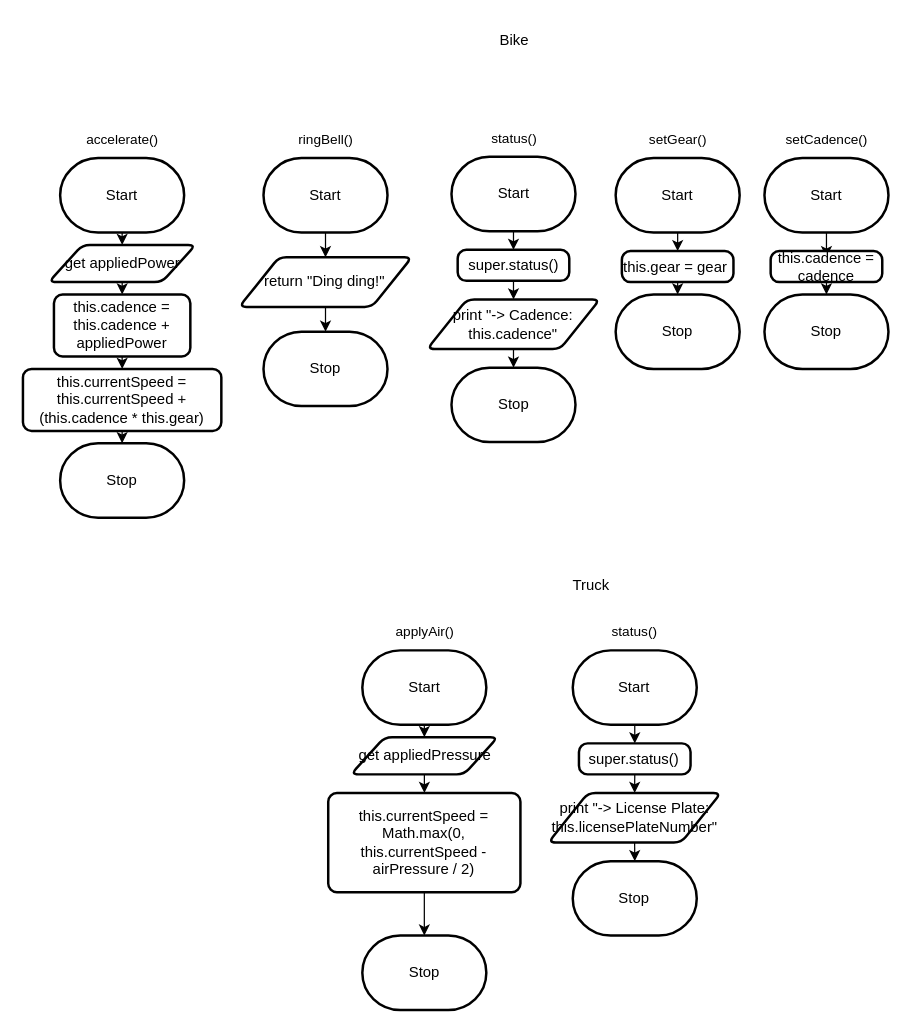
The draw.io diagram page "Page-1" (1 of 2) of 2-9/design/flowchart.drawio in jakub-malhotra/ICS4U-Unit-2, before the edit. Source tidied: cells renumbered, new cells numbered last; positions are measured from the earlier drawing's top-left corner, leaving out a move shared by most shapes. Both pictures are drawn from the tidied source at 124%, with x=0, y=0 at pixel (22, 21).
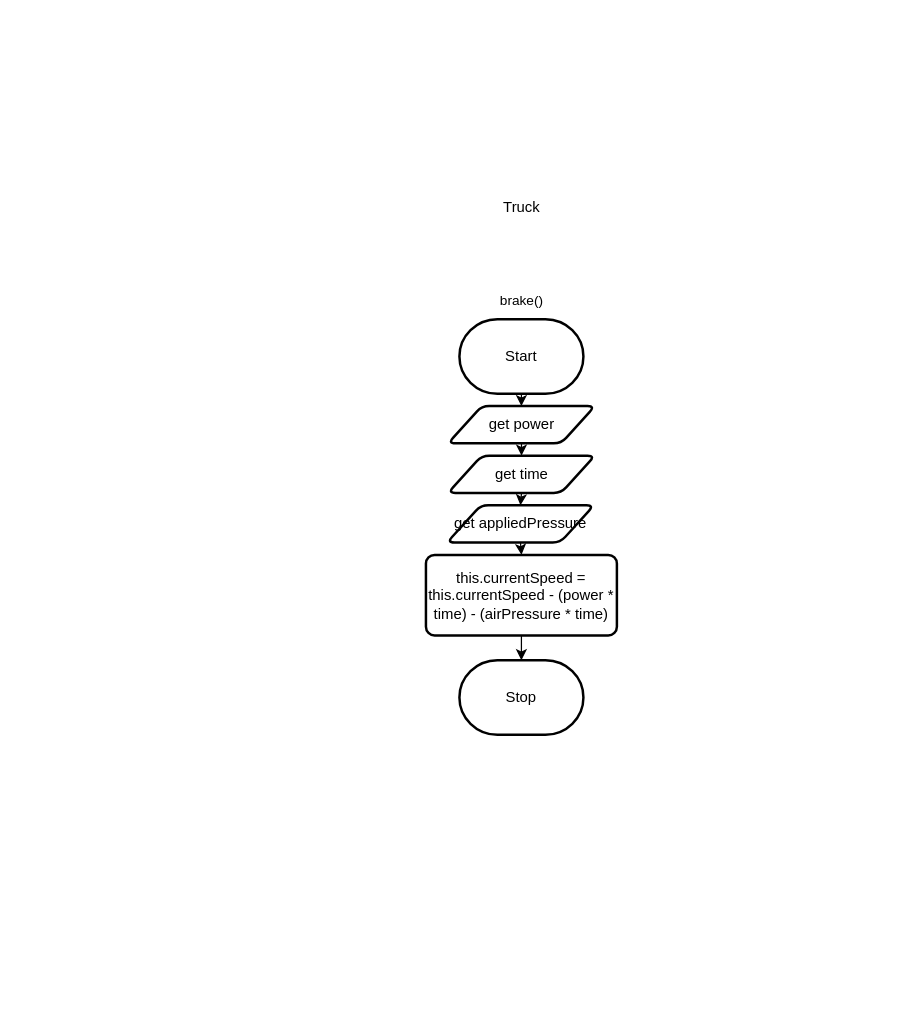
The same page after the edit.

The edit, as a diff of the source:
```diff
@@
-    <mxCell id="2" style="edgeStyle=orthogonalEdgeStyle;html=1;exitX=0.5;exitY=1;exitDx=0;exitDy=0;exitPerimeter=0;rounded=0;" parent="1" edge="1" source="3" target="6">
-      <mxGeometry relative="1" as="geometry" />
-    </mxCell>
-    <mxCell id="3" value="Start" style="strokeWidth=2;html=1;shape=mxgraph.flowchart.terminator;whiteSpace=wrap;" parent="1" vertex="1">
-      <mxGeometry x="30" y="110" width="100" height="60" as="geometry" />
-    </mxCell>
-    <mxCell id="4" value="Stop" style="strokeWidth=2;html=1;shape=mxgraph.flowchart.terminator;whiteSpace=wrap;" parent="1" vertex="1">
-      <mxGeometry x="30" y="340" width="100" height="60" as="geometry" />
-    </mxCell>
-    <mxCell id="5" style="edgeStyle=none;html=1;exitX=0.5;exitY=1;exitDx=0;exitDy=0;" parent="1" edge="1" source="6" target="9">
-      <mxGeometry relative="1" as="geometry" />
-    </mxCell>
-    <mxCell id="6" value="get&amp;nbsp;appliedPower" style="shape=parallelogram;html=1;strokeWidth=2;perimeter=parallelogramPerimeter;whiteSpace=wrap;rounded=1;arcSize=12;size=0.23;" parent="1" vertex="1">
-      <mxGeometry x="20.8" y="180" width="118.5" height="30" as="geometry" />
-    </mxCell>
-    <mxCell id="7" value="accelerate()" style="text;html=1;align=center;verticalAlign=middle;strokeColor=none;fillColor=none;fontSize=11;fontFamily=Helvetica;fontColor=default;" parent="1" vertex="1">
-      <mxGeometry x="40" y="80" width="80" height="30" as="geometry" />
-    </mxCell>
-    <mxCell id="8" style="edgeStyle=none;html=1;exitX=0.5;exitY=1;exitDx=0;exitDy=0;entryX=0.5;entryY=0;entryDx=0;entryDy=0;" parent="1" edge="1" source="9" target="11">
-      <mxGeometry relative="1" as="geometry" />
-    </mxCell>
-    <mxCell id="9" value="this.cadence = this.cadence + appliedPower" style="rounded=1;whiteSpace=wrap;html=1;absoluteArcSize=1;arcSize=14;strokeWidth=2;" parent="1" vertex="1">
-      <mxGeometry x="25" y="220" width="110" height="50" as="geometry" />
-    </mxCell>
-    <mxCell id="10" style="edgeStyle=none;html=1;exitX=0.5;exitY=1;exitDx=0;exitDy=0;entryX=0.5;entryY=0;entryDx=0;entryDy=0;entryPerimeter=0;" parent="1" edge="1" source="11" target="4">
-      <mxGeometry relative="1" as="geometry" />
-    </mxCell>
-    <mxCell id="11" value="this.currentSpeed = this.currentSpeed + (this.cadence * this.gear)" style="rounded=1;whiteSpace=wrap;html=1;absoluteArcSize=1;arcSize=14;strokeWidth=2;" parent="1" vertex="1">
-      <mxGeometry y="280" width="160" height="50" as="geometry" />
-    </mxCell>
-    <mxCell id="12" style="edgeStyle=orthogonalEdgeStyle;html=1;exitX=0.5;exitY=1;exitDx=0;exitDy=0;exitPerimeter=0;rounded=0;" parent="1" edge="1" source="13" target="16">
-      <mxGeometry relative="1" as="geometry" />
-    </mxCell>
-    <mxCell id="13" value="Start" style="strokeWidth=2;html=1;shape=mxgraph.flowchart.terminator;whiteSpace=wrap;" parent="1" vertex="1">
-      <mxGeometry x="194" y="110" width="100" height="60" as="geometry" />
-    </mxCell>
-    <mxCell id="14" value="Stop" style="strokeWidth=2;html=1;shape=mxgraph.flowchart.terminator;whiteSpace=wrap;" parent="1" vertex="1">
-      <mxGeometry x="194" y="250" width="100" height="60" as="geometry" />
-    </mxCell>
-    <mxCell id="15" style="edgeStyle=none;html=1;exitX=0.5;exitY=1;exitDx=0;exitDy=0;entryX=0.5;entryY=0;entryDx=0;entryDy=0;entryPerimeter=0;" parent="1" edge="1" source="16" target="14">
-      <mxGeometry relative="1" as="geometry" />
-    </mxCell>
-    <mxCell id="16" value="return &quot;Ding ding!&quot;" style="shape=parallelogram;html=1;strokeWidth=2;perimeter=parallelogramPerimeter;whiteSpace=wrap;rounded=1;arcSize=12;size=0.23;" parent="1" vertex="1">
-      <mxGeometry x="174.4" y="190" width="139.2" height="40" as="geometry" />
-    </mxCell>
-    <mxCell id="17" value="ringBell()" style="text;html=1;align=center;verticalAlign=middle;strokeColor=none;fillColor=none;fontSize=11;fontFamily=Helvetica;fontColor=default;" parent="1" vertex="1">
-      <mxGeometry x="209" y="80" width="70" height="30" as="geometry" />
-    </mxCell>
-    <mxCell id="18" style="edgeStyle=none;html=1;exitX=0.5;exitY=1;exitDx=0;exitDy=0;exitPerimeter=0;entryX=0.5;entryY=0;entryDx=0;entryDy=0;" parent="1" edge="1" source="19" target="25">
-      <mxGeometry relative="1" as="geometry" />
-    </mxCell>
-    <mxCell id="19" value="Start" style="strokeWidth=2;html=1;shape=mxgraph.flowchart.terminator;whiteSpace=wrap;" parent="1" vertex="1">
-      <mxGeometry x="345.6" y="109" width="100" height="60" as="geometry" />
-    </mxCell>
-    <mxCell id="20" value="Stop" style="strokeWidth=2;html=1;shape=mxgraph.flowchart.terminator;whiteSpace=wrap;" parent="1" vertex="1">
-      <mxGeometry x="345.6" y="279" width="100" height="60" as="geometry" />
-    </mxCell>
-    <mxCell id="21" style="edgeStyle=none;html=1;exitX=0.5;exitY=1;exitDx=0;exitDy=0;entryX=0.5;entryY=0;entryDx=0;entryDy=0;entryPerimeter=0;" parent="1" edge="1" source="22" target="20">
-      <mxGeometry relative="1" as="geometry" />
-    </mxCell>
-    <mxCell id="22" value="print &quot;-&amp;gt; Cadence: this.cadence&quot;" style="shape=parallelogram;html=1;strokeWidth=2;perimeter=parallelogramPerimeter;whiteSpace=wrap;rounded=1;arcSize=12;size=0.23;" parent="1" vertex="1">
-      <mxGeometry x="326" y="224" width="139.2" height="40" as="geometry" />
-    </mxCell>
-    <mxCell id="23" value="status()" style="text;html=1;align=center;verticalAlign=middle;strokeColor=none;fillColor=none;fontSize=11;fontFamily=Helvetica;fontColor=default;" parent="1" vertex="1">
-      <mxGeometry x="365.6" y="79" width="60" height="30" as="geometry" />
-    </mxCell>
-    <mxCell id="24" style="edgeStyle=none;html=1;exitX=0.5;exitY=1;exitDx=0;exitDy=0;entryX=0.5;entryY=0;entryDx=0;entryDy=0;" parent="1" edge="1" source="25" target="22">
-      <mxGeometry relative="1" as="geometry" />
-    </mxCell>
-    <mxCell id="25" value="super.status()" style="rounded=1;whiteSpace=wrap;html=1;absoluteArcSize=1;arcSize=14;strokeWidth=2;" parent="1" vertex="1">
-      <mxGeometry x="350.6" y="184" width="90" height="25" as="geometry" />
-    </mxCell>
-    <mxCell id="26" value="Bike" style="text;html=1;align=center;verticalAlign=middle;strokeColor=none;fillColor=none;" parent="1" vertex="1">
-      <mxGeometry x="370.6" width="50" height="30" as="geometry" />
-    </mxCell>
-    <mxCell id="27" style="edgeStyle=orthogonalEdgeStyle;html=1;exitX=0.5;exitY=1;exitDx=0;exitDy=0;exitPerimeter=0;rounded=0;" parent="1" edge="1" source="28" target="31">
-      <mxGeometry relative="1" as="geometry" />
-    </mxCell>
+    <mxCell id="56" style="edgeStyle=orthogonalEdgeStyle;shape=connector;rounded=0;html=1;exitX=0.5;exitY=1;exitDx=0;exitDy=0;exitPerimeter=0;labelBackgroundColor=default;strokeColor=default;fontFamily=Helvetica;fontSize=11;fontColor=default;endArrow=classic;" parent="1" edge="1" source="28" target="58">
+      <mxGeometry relative="1" as="geometry" />
+    </mxCell>
     <mxCell id="28" value="Start" style="strokeWidth=2;html=1;shape=mxgraph.flowchart.terminator;whiteSpace=wrap;" parent="1" vertex="1">
-      <mxGeometry x="273.7" y="507" width="100" height="60" as="geometry" />
+      <mxGeometry x="352" y="240" width="100" height="60" as="geometry" />
     </mxCell>
     <mxCell id="29" value="Stop" style="strokeWidth=2;html=1;shape=mxgraph.flowchart.terminator;whiteSpace=wrap;" parent="1" vertex="1">
-      <mxGeometry x="273.7" y="737" width="100" height="60" as="geometry" />
+      <mxGeometry x="352" y="515" width="100" height="60" as="geometry" />
     </mxCell>
-    <mxCell id="30" style="edgeStyle=none;html=1;exitX=0.5;exitY=1;exitDx=0;exitDy=0;" parent="1" edge="1" source="31" target="34">
+    <mxCell id="30" style="edgeStyle=orthogonalEdgeStyle;shape=connector;rounded=0;html=1;exitX=0.5;exitY=1;exitDx=0;exitDy=0;entryX=0.5;entryY=0;entryDx=0;entryDy=0;labelBackgroundColor=default;strokeColor=default;fontFamily=Helvetica;fontSize=11;fontColor=default;endArrow=classic;" parent="1" edge="1" source="31" target="34">
       <mxGeometry relative="1" as="geometry" />
     </mxCell>
     <mxCell id="31" value="get&amp;nbsp;appliedPressure" style="shape=parallelogram;html=1;strokeWidth=2;perimeter=parallelogramPerimeter;whiteSpace=wrap;rounded=1;arcSize=12;size=0.23;" parent="1" vertex="1">
-      <mxGeometry x="264.5" y="577" width="118.5" height="30" as="geometry" />
+      <mxGeometry x="342" y="390" width="118.5" height="30" as="geometry" />
     </mxCell>
-    <mxCell id="32" value="applyAir()" style="text;html=1;align=center;verticalAlign=middle;strokeColor=none;fillColor=none;fontSize=11;fontFamily=Helvetica;fontColor=default;" parent="1" vertex="1">
-      <mxGeometry x="288.7" y="477" width="70" height="30" as="geometry" />
+    <mxCell id="32" value="brake()" style="text;html=1;align=center;verticalAlign=middle;strokeColor=none;fillColor=none;fontSize=11;fontFamily=Helvetica;fontColor=default;" parent="1" vertex="1">
+      <mxGeometry x="371.5" y="210" width="60" height="30" as="geometry" />
     </mxCell>
-    <mxCell id="33" style="edgeStyle=none;html=1;exitX=0.5;exitY=1;exitDx=0;exitDy=0;entryX=0.5;entryY=0;entryDx=0;entryDy=0;entryPerimeter=0;" parent="1" edge="1" source="34" target="29">
+    <mxCell id="33" style="edgeStyle=orthogonalEdgeStyle;shape=connector;rounded=0;html=1;exitX=0.5;exitY=1;exitDx=0;exitDy=0;entryX=0.5;entryY=0;entryDx=0;entryDy=0;entryPerimeter=0;labelBackgroundColor=default;strokeColor=default;fontFamily=Helvetica;fontSize=11;fontColor=default;endArrow=classic;" parent="1" edge="1" source="34" target="29">
       <mxGeometry relative="1" as="geometry" />
     </mxCell>
-    <mxCell id="34" value="this.currentSpeed = Math.max(0, this.currentSpeed - airPressure / 2)" style="rounded=1;whiteSpace=wrap;html=1;absoluteArcSize=1;arcSize=14;strokeWidth=2;" parent="1" vertex="1">
-      <mxGeometry x="246.2" y="622" width="155" height="80" as="geometry" />
+    <mxCell id="34" value="this.currentSpeed = this.currentSpeed - (power * time) - (airPressure * time)" style="rounded=1;whiteSpace=wrap;html=1;absoluteArcSize=1;arcSize=14;strokeWidth=2;" parent="1" vertex="1">
+      <mxGeometry x="325" y="430" width="154" height="65" as="geometry" />
     </mxCell>
-    <mxCell id="35" style="edgeStyle=none;html=1;exitX=0.5;exitY=1;exitDx=0;exitDy=0;exitPerimeter=0;entryX=0.5;entryY=0;entryDx=0;entryDy=0;" parent="1" edge="1" source="36" target="42">
-      <mxGeometry relative="1" as="geometry" />
-    </mxCell>
-    <mxCell id="36" value="Start" style="strokeWidth=2;html=1;shape=mxgraph.flowchart.terminator;whiteSpace=wrap;" parent="1" vertex="1">
-      <mxGeometry x="443.4" y="507" width="100" height="60" as="geometry" />
-    </mxCell>
-    <mxCell id="37" value="Stop" style="strokeWidth=2;html=1;shape=mxgraph.flowchart.terminator;whiteSpace=wrap;" parent="1" vertex="1">
-      <mxGeometry x="443.4" y="677" width="100" height="60" as="geometry" />
-    </mxCell>
-    <mxCell id="38" style="edgeStyle=none;html=1;exitX=0.5;exitY=1;exitDx=0;exitDy=0;entryX=0.5;entryY=0;entryDx=0;entryDy=0;entryPerimeter=0;" parent="1" edge="1" source="39" target="37">
-      <mxGeometry relative="1" as="geometry" />
-    </mxCell>
-    <mxCell id="39" value="print &quot;-&amp;gt; License Plate: this.licensePlateNumber&quot;" style="shape=parallelogram;html=1;strokeWidth=2;perimeter=parallelogramPerimeter;whiteSpace=wrap;rounded=1;arcSize=12;size=0.23;" parent="1" vertex="1">
-      <mxGeometry x="423.7" y="622" width="139.2" height="40" as="geometry" />
-    </mxCell>
-    <mxCell id="40" value="status()" style="text;html=1;align=center;verticalAlign=middle;strokeColor=none;fillColor=none;fontSize=11;fontFamily=Helvetica;fontColor=default;" parent="1" vertex="1">
-      <mxGeometry x="463.3" y="477" width="60" height="30" as="geometry" />
-    </mxCell>
-    <mxCell id="41" style="edgeStyle=none;html=1;exitX=0.5;exitY=1;exitDx=0;exitDy=0;entryX=0.5;entryY=0;entryDx=0;entryDy=0;" parent="1" edge="1" source="42" target="39">
-      <mxGeometry relative="1" as="geometry" />
-    </mxCell>
-    <mxCell id="42" value="super.status()" style="rounded=1;whiteSpace=wrap;html=1;absoluteArcSize=1;arcSize=14;strokeWidth=2;" parent="1" vertex="1">
-      <mxGeometry x="448.4" y="582" width="90" height="25" as="geometry" />
-    </mxCell>
-    <mxCell id="43" value="Truck" style="text;html=1;align=center;verticalAlign=middle;strokeColor=none;fillColor=none;" parent="1" vertex="1">
-      <mxGeometry x="433" y="440" width="50" height="30" as="geometry" />
-    </mxCell>
-    <mxCell id="44" style="edgeStyle=none;html=1;exitX=0.5;exitY=1;exitDx=0;exitDy=0;exitPerimeter=0;entryX=0.5;entryY=0;entryDx=0;entryDy=0;" parent="1" edge="1" source="45" target="49">
-      <mxGeometry relative="1" as="geometry" />
-    </mxCell>
-    <mxCell id="45" value="Start" style="strokeWidth=2;html=1;shape=mxgraph.flowchart.terminator;whiteSpace=wrap;" parent="1" vertex="1">
-      <mxGeometry x="478" y="110" width="100" height="60" as="geometry" />
-    </mxCell>
-    <mxCell id="46" value="Stop" style="strokeWidth=2;html=1;shape=mxgraph.flowchart.terminator;whiteSpace=wrap;" parent="1" vertex="1">
-      <mxGeometry x="478" y="220" width="100" height="60" as="geometry" />
-    </mxCell>
-    <mxCell id="47" value="setGear()" style="text;html=1;align=center;verticalAlign=middle;strokeColor=none;fillColor=none;fontSize=11;fontFamily=Helvetica;fontColor=default;" parent="1" vertex="1">
-      <mxGeometry x="493" y="80" width="70" height="30" as="geometry" />
-    </mxCell>
-    <mxCell id="48" style="edgeStyle=none;html=1;exitX=0.5;exitY=1;exitDx=0;exitDy=0;entryX=0.5;entryY=0;entryDx=0;entryDy=0;entryPerimeter=0;" parent="1" edge="1" source="49" target="46">
-      <mxGeometry relative="1" as="geometry" />
-    </mxCell>
-    <mxCell id="49" value="this.gear = gear&amp;nbsp;" style="rounded=1;whiteSpace=wrap;html=1;absoluteArcSize=1;arcSize=14;strokeWidth=2;" parent="1" vertex="1">
-      <mxGeometry x="483" y="185" width="90" height="25" as="geometry" />
-    </mxCell>
-    <mxCell id="50" style="edgeStyle=none;html=1;exitX=0.5;exitY=1;exitDx=0;exitDy=0;exitPerimeter=0;" parent="1" edge="1" source="51">
-      <mxGeometry relative="1" as="geometry">
-        <mxPoint x="648" y="190" as="targetPoint" />
-      </mxGeometry>
-    </mxCell>
-    <mxCell id="51" value="Start" style="strokeWidth=2;html=1;shape=mxgraph.flowchart.terminator;whiteSpace=wrap;" parent="1" vertex="1">
-      <mxGeometry x="598" y="110" width="100" height="60" as="geometry" />
-    </mxCell>
-    <mxCell id="52" value="Stop" style="strokeWidth=2;html=1;shape=mxgraph.flowchart.terminator;whiteSpace=wrap;" parent="1" vertex="1">
-      <mxGeometry x="598" y="220" width="100" height="60" as="geometry" />
-    </mxCell>
-    <mxCell id="53" value="setCadence()" style="text;html=1;align=center;verticalAlign=middle;strokeColor=none;fillColor=none;fontSize=11;fontFamily=Helvetica;fontColor=default;" parent="1" vertex="1">
-      <mxGeometry x="603" y="80" width="90" height="30" as="geometry" />
-    </mxCell>
-    <mxCell id="54" style="edgeStyle=none;html=1;exitX=0.5;exitY=1;exitDx=0;exitDy=0;entryX=0.5;entryY=0;entryDx=0;entryDy=0;entryPerimeter=0;" parent="1" edge="1" source="55" target="52">
-      <mxGeometry relative="1" as="geometry" />
-    </mxCell>
-    <mxCell id="55" value="this.cadence = cadence" style="rounded=1;whiteSpace=wrap;html=1;absoluteArcSize=1;arcSize=14;strokeWidth=2;" parent="1" vertex="1">
-      <mxGeometry x="603" y="185" width="90" height="25" as="geometry" />
+    <mxCell id="55" value="Truck" style="text;html=1;align=center;verticalAlign=middle;points=[];strokeColor=none;fillColor=none;" parent="1" vertex="1">
+      <mxGeometry x="377" y="135" width="50" height="30" as="geometry" />
     </mxCell>
+    <mxCell id="57" style="edgeStyle=orthogonalEdgeStyle;shape=connector;rounded=0;html=1;exitX=0.5;exitY=1;exitDx=0;exitDy=0;entryX=0.5;entryY=0;entryDx=0;entryDy=0;labelBackgroundColor=default;strokeColor=default;fontFamily=Helvetica;fontSize=11;fontColor=default;endArrow=classic;" parent="1" edge="1" source="58" target="60">
+      <mxGeometry relative="1" as="geometry" />
+    </mxCell>
+    <mxCell id="58" value="get power" style="shape=parallelogram;html=1;strokeWidth=2;perimeter=parallelogramPerimeter;whiteSpace=wrap;rounded=1;arcSize=12;size=0.23;" parent="1" vertex="1">
+      <mxGeometry x="342.8" y="310" width="118.5" height="30" as="geometry" />
+    </mxCell>
+    <mxCell id="59" style="edgeStyle=orthogonalEdgeStyle;shape=connector;rounded=0;html=1;exitX=0.5;exitY=1;exitDx=0;exitDy=0;entryX=0.5;entryY=0;entryDx=0;entryDy=0;labelBackgroundColor=default;strokeColor=default;fontFamily=Helvetica;fontSize=11;fontColor=default;endArrow=classic;" parent="1" edge="1" source="60" target="31">
+      <mxGeometry relative="1" as="geometry" />
+    </mxCell>
+    <mxCell id="60" value="get time" style="shape=parallelogram;html=1;strokeWidth=2;perimeter=parallelogramPerimeter;whiteSpace=wrap;rounded=1;arcSize=12;size=0.23;" parent="1" vertex="1">
+      <mxGeometry x="342.8" y="350" width="118.5" height="30" as="geometry" />
+    </mxCell>
```
